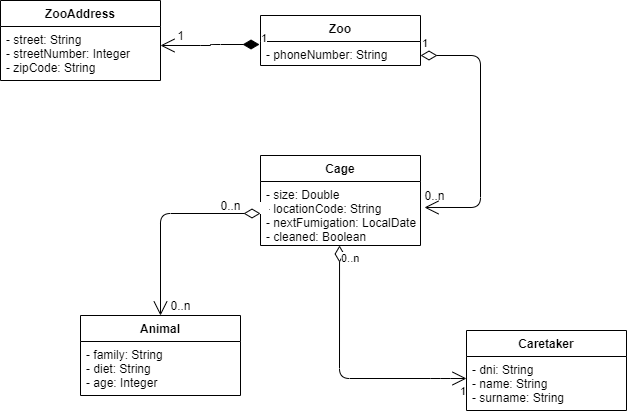
This is docs/zoo.models.png from miw-upm/apaw-practice, a draw.io export, as it was before one commit. Source tidied: cells renumbered, new cells last; positions are measured from the earlier drawing's top-left corner, leaving out a move shared by most shapes.
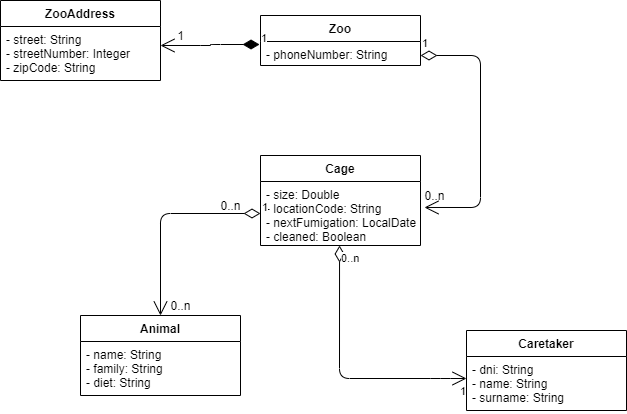
The same file after the commit.

What changed in the source:
```diff
@@ -17,7 +17,7 @@
     <mxCell id="6" value="Animal" style="swimlane;fontStyle=1;align=center;verticalAlign=top;horizontal=1;startSize=26;" parent="1" vertex="1">
       <mxGeometry x="80" y="315" width="160" height="80" as="geometry" />
     </mxCell>
-    <mxCell id="7" value="- family: String&#10;- diet: String&#10;- age: Integer" style="text;strokeColor=none;fillColor=none;align=left;verticalAlign=top;spacingLeft=4;spacingRight=4;overflow=hidden;" parent="6" vertex="1">
+    <mxCell id="7" value="- name: String&#10;- family: String&#10;- diet: String" style="text;strokeColor=none;fillColor=none;align=left;verticalAlign=top;spacingLeft=4;spacingRight=4;overflow=hidden;" parent="6" vertex="1">
       <mxGeometry y="26" width="160" height="54" as="geometry" />
     </mxCell>
     <mxCell id="8" value="1" style="endArrow=open;html=1;endSize=12;startArrow=diamondThin;startSize=14;startFill=0;edgeStyle=orthogonalEdgeStyle;align=left;verticalAlign=bottom;entryX=1.025;entryY=0.406;entryDx=0;entryDy=0;entryPerimeter=0;" parent="1" edge="1" target="5">
```
